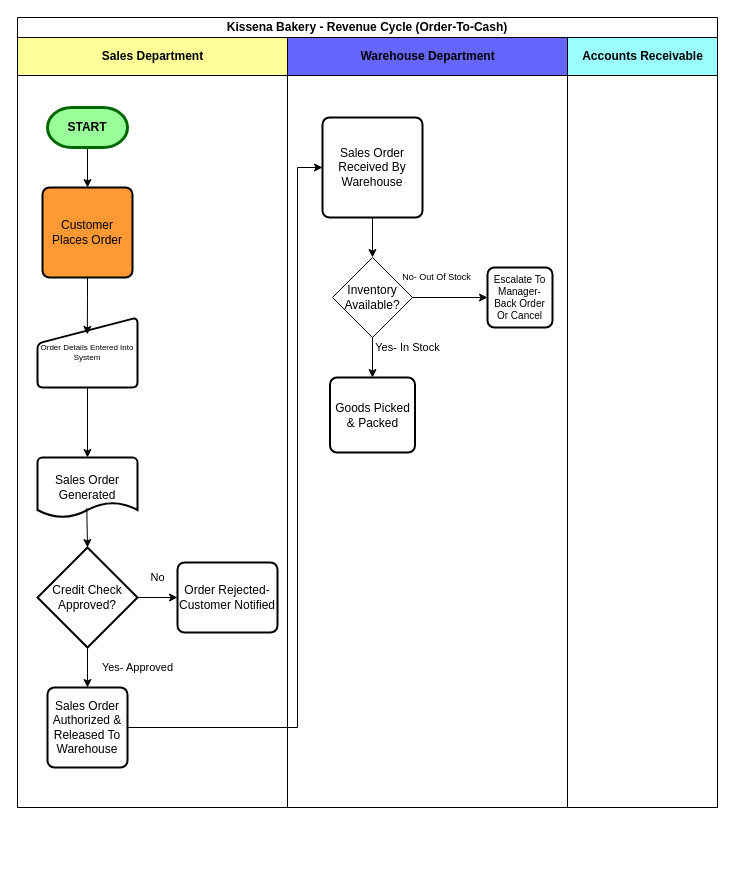
This is page "Page 1" (1 of 2) of Revenue_Cycle_Controls.drawio from daniel1605g/drawio, a draw.io file, before an edit. Source tidied: cells renumbered, new cells numbered last; positions are measured from the earlier drawing's top-left corner, leaving out a move shared by most shapes. Both pictures are drawn from the tidied source at 100%, with x=0, y=0 at pixel (17, 17).
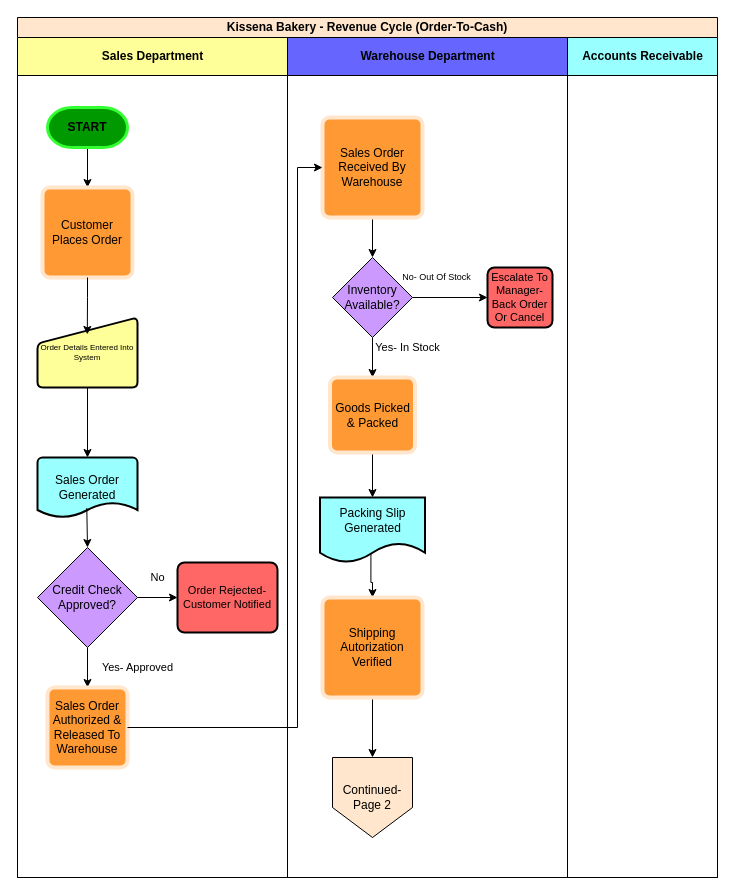
The same page after the edit.

What changed in the source:
```diff
@@
-    <mxCell id="2" value="Kissena Bakery - Revenue Cycle (Order-To-Cash)" style="swimlane;html=1;startSize=20;whiteSpace=wrap;" parent="1" vertex="1">
-      <mxGeometry width="700" height="790" as="geometry" />
+    <mxCell id="2" value="Kissena Bakery - Revenue Cycle (Order-To-Cash)" style="swimlane;html=1;startSize=20;whiteSpace=wrap;fillColor=#FFE6CC;" parent="1" vertex="1">
+      <mxGeometry width="700" height="860" as="geometry" />
     </mxCell>
     <mxCell id="3" value="Sales Department" style="swimlane;html=1;startSize=38;fillColor=#FFFF99;" parent="2" vertex="1">
-      <mxGeometry y="20" width="270" height="770" as="geometry" />
+      <mxGeometry y="20" width="270" height="840" as="geometry" />
     </mxCell>
@@
-    <mxCell id="5" value="&lt;b&gt;START&lt;/b&gt;" style="strokeWidth=3;html=1;shape=mxgraph.flowchart.terminator;whiteSpace=wrap;fillColor=#99FF99;strokeColor=#006600;" parent="3" vertex="1">
+    <mxCell id="5" value="&lt;b&gt;START&lt;/b&gt;" style="strokeWidth=3;html=1;shape=mxgraph.flowchart.terminator;whiteSpace=wrap;fillColor=#009900;strokeColor=#33FF33;align=center;verticalAlign=middle;fontFamily=Helvetica;fontSize=12;fontColor=default;" parent="3" vertex="1">
       <mxGeometry x="30" y="70" width="80" height="40" as="geometry" />
     </mxCell>
-    <mxCell id="6" value="Customer Places Order" style="rounded=1;whiteSpace=wrap;html=1;absoluteArcSize=1;arcSize=14;strokeWidth=2;fillColor=#FF9933;" parent="3" vertex="1">
+    <mxCell id="6" value="Customer Places Order" style="rounded=1;whiteSpace=wrap;html=1;absoluteArcSize=1;arcSize=14;strokeWidth=4;fillColor=#FF9933;strokeColor=#FFE6CC;" parent="3" vertex="1">
       <mxGeometry x="25" y="150" width="90" height="90" as="geometry" />
     </mxCell>
-    <mxCell id="7" value="Order Details Entered Into System" style="html=1;strokeWidth=2;shape=manualInput;whiteSpace=wrap;rounded=1;size=26;arcSize=11;fontSize=8;" parent="3" vertex="1">
+    <mxCell id="7" value="Order Details Entered Into System" style="html=1;strokeWidth=2;shape=manualInput;whiteSpace=wrap;rounded=1;size=26;arcSize=11;fontSize=8;fillColor=#FFFF99;" parent="3" vertex="1">
       <mxGeometry x="20" y="280" width="100" height="70" as="geometry" />
     </mxCell>
-    <mxCell id="8" value="Sales Order Generated" style="strokeWidth=2;html=1;shape=mxgraph.flowchart.document2;whiteSpace=wrap;size=0.25;" parent="3" vertex="1">
+    <mxCell id="8" value="Sales Order Generated" style="strokeWidth=2;html=1;shape=mxgraph.flowchart.document2;whiteSpace=wrap;size=0.25;fillColor=#99FFFF;" parent="3" vertex="1">
       <mxGeometry x="20" y="420" width="100" height="60" as="geometry" />
     </mxCell>
@@
-    <mxCell id="13" value="Credit Check Approved?" style="strokeWidth=2;html=1;shape=mxgraph.flowchart.decision;whiteSpace=wrap;" parent="3" vertex="1">
+    <mxCell id="13" value="Credit Check Approved?" style="html=1;shape=mxgraph.flowchart.decision;whiteSpace=wrap;strokeColor=default;align=center;verticalAlign=middle;fontFamily=Helvetica;fontSize=12;fontColor=default;fillColor=#CC99FF;" parent="3" vertex="1">
       <mxGeometry x="20" y="510" width="100" height="100" as="geometry" />
     </mxCell>
@@
-    <mxCell id="15" value="Order Rejected- Customer Notified" style="rounded=1;whiteSpace=wrap;html=1;absoluteArcSize=1;arcSize=14;strokeWidth=2;" parent="3" vertex="1">
+    <mxCell id="15" value="Order Rejected- Customer Notified" style="rounded=1;whiteSpace=wrap;html=1;absoluteArcSize=1;arcSize=14;strokeWidth=2;fontSize=11;fillColor=#FF6666;" parent="3" vertex="1">
       <mxGeometry x="160" y="525" width="100" height="70" as="geometry" />
     </mxCell>
-    <mxCell id="16" value="Sales Order Authorized &amp;amp; Released To Warehouse" style="rounded=1;whiteSpace=wrap;html=1;absoluteArcSize=1;arcSize=14;strokeWidth=2;" parent="3" vertex="1">
+    <mxCell id="16" value="Sales Order Authorized &amp;amp; Released To Warehouse" style="rounded=1;whiteSpace=wrap;html=1;absoluteArcSize=1;arcSize=14;strokeWidth=4;strokeColor=#FFE6CC;align=center;verticalAlign=middle;fontFamily=Helvetica;fontSize=12;fontColor=default;fillColor=#FF9933;" parent="3" vertex="1">
       <mxGeometry x="30" y="650" width="80" height="80" as="geometry" />
     </mxCell>
     <mxCell id="17" value="Warehouse Department" style="swimlane;html=1;startSize=38;fillColor=#6666FF;" parent="2" vertex="1">
-      <mxGeometry x="270" y="20" width="280" height="770" as="geometry" />
+      <mxGeometry x="270" y="20" width="280" height="840" as="geometry" />
     </mxCell>
@@
-    <mxCell id="19" value="Sales Order Received By Warehouse" style="rounded=1;whiteSpace=wrap;html=1;absoluteArcSize=1;arcSize=14;strokeWidth=2;" parent="17" vertex="1">
+    <mxCell id="19" value="Sales Order Received By Warehouse" style="rounded=1;whiteSpace=wrap;html=1;absoluteArcSize=1;arcSize=14;strokeWidth=4;strokeColor=#FFE6CC;align=center;verticalAlign=middle;fontFamily=Helvetica;fontSize=12;fontColor=default;fillColor=#FF9933;" parent="17" vertex="1">
       <mxGeometry x="35" y="80" width="100" height="100" as="geometry" />
     </mxCell>
@@
-    <mxCell id="22" value="Inventory Available?" style="rhombus;whiteSpace=wrap;html=1;" parent="17" vertex="1">
+    <mxCell id="22" value="Inventory Available?" style="rhombus;whiteSpace=wrap;html=1;fillColor=#CC99FF;" parent="17" vertex="1">
       <mxGeometry x="45" y="220" width="80" height="80" as="geometry" />
     </mxCell>
+    <mxCell id="27" style="edgeStyle=orthogonalEdgeStyle;rounded=0;jettySize=auto;html=1;entryX=0.5;entryY=0;entryDx=0;entryDy=0;exitX=0.5;exitY=1;exitDx=0;exitDy=0;" parent="17" edge="1" source="23" target="29">
+      <mxGeometry relative="1" as="geometry" />
+    </mxCell>
-    <mxCell id="23" value="Goods Picked &amp;amp; Packed" style="rounded=1;whiteSpace=wrap;html=1;absoluteArcSize=1;arcSize=14;strokeWidth=2;" parent="17" vertex="1">
+    <mxCell id="23" value="Goods Picked &amp;amp; Packed" style="rounded=1;whiteSpace=wrap;html=1;absoluteArcSize=1;arcSize=14;strokeWidth=4;strokeColor=#FFE6CC;align=center;verticalAlign=middle;fontFamily=Helvetica;fontSize=12;fontColor=default;fillColor=#FF9933;" parent="17" vertex="1">
       <mxGeometry x="42.5" y="340" width="85" height="75" as="geometry" />
     </mxCell>
-    <mxCell id="24" value="Escalate To Manager- Back Order Or Cancel" style="rounded=1;whiteSpace=wrap;html=1;absoluteArcSize=1;arcSize=14;strokeWidth=2;fontSize=10;" parent="17" vertex="1">
+    <mxCell id="24" value="Escalate To Manager- Back Order Or Cancel" style="rounded=1;whiteSpace=wrap;html=1;absoluteArcSize=1;arcSize=14;strokeWidth=2;fontSize=11;strokeColor=default;align=center;verticalAlign=middle;fontFamily=Helvetica;fontColor=default;fillColor=#FF6666;" parent="17" vertex="1">
       <mxGeometry x="200" y="230" width="65" height="60" as="geometry" />
     </mxCell>
+    <mxCell id="28" style="edgeStyle=orthogonalEdgeStyle;rounded=0;jettySize=auto;html=1;entryX=0.5;entryY=0;entryDx=0;entryDy=0;exitX=0.485;exitY=0.833;exitDx=0;exitDy=0;exitPerimeter=0;" parent="17" edge="1" source="29" target="31">
+      <mxGeometry relative="1" as="geometry" />
+    </mxCell>
+    <mxCell id="29" value="Packing Slip Generated" style="shape=document;whiteSpace=wrap;html=1;boundedLbl=1;strokeColor=default;strokeWidth=2;align=center;verticalAlign=middle;fontFamily=Helvetica;fontSize=12;fontColor=default;fillColor=#99FFFF;" parent="17" vertex="1">
+      <mxGeometry x="32.5" y="460" width="105" height="65" as="geometry" />
+    </mxCell>
+    <mxCell id="30" style="edgeStyle=orthogonalEdgeStyle;rounded=0;jettySize=auto;html=1;entryX=0.5;entryY=0;entryDx=0;entryDy=0;exitX=0.5;exitY=1;exitDx=0;exitDy=0;" parent="17" edge="1" source="31" target="32">
+      <mxGeometry relative="1" as="geometry" />
+    </mxCell>
+    <mxCell id="31" value="Shipping Autorization Verified" style="rounded=1;whiteSpace=wrap;html=1;absoluteArcSize=1;arcSize=14;strokeWidth=4;strokeColor=#FFE6CC;align=center;verticalAlign=middle;fontFamily=Helvetica;fontSize=12;fontColor=default;fillColor=#FF9933;" parent="17" vertex="1">
+      <mxGeometry x="35" y="560" width="100" height="100" as="geometry" />
+    </mxCell>
+    <mxCell id="32" value="Continued- Page 2" style="shape=offPageConnector;whiteSpace=wrap;html=1;fillColor=#FFE6CC;" parent="17" vertex="1">
+      <mxGeometry x="45" y="720" width="80" height="80" as="geometry" />
+    </mxCell>
     <mxCell id="25" value="Accounts Receivable" style="swimlane;html=1;startSize=38;fillColor=#99FFFF;" parent="2" vertex="1">
-      <mxGeometry x="550" y="20" width="150" height="770" as="geometry" />
+      <mxGeometry x="550" y="20" width="150" height="840" as="geometry" />
     </mxCell>
```
